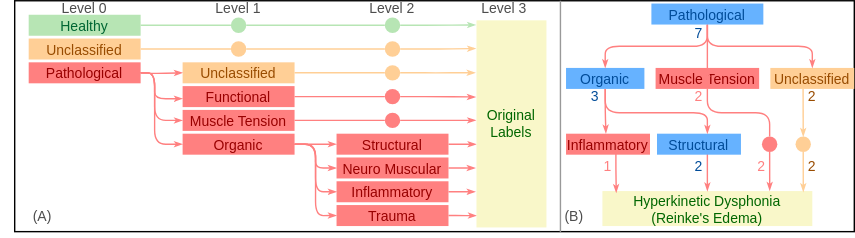
This is benchmark/.docs/diagnostic_hierarchy.drawio.svg from ComputationalAudioResearchLab/divr-benchmark, a draw.io export, as it was before one commit. Source tidied: cells renumbered, new cells last; positions are measured from the earlier drawing's top-left corner, leaving out a move shared by most shapes.
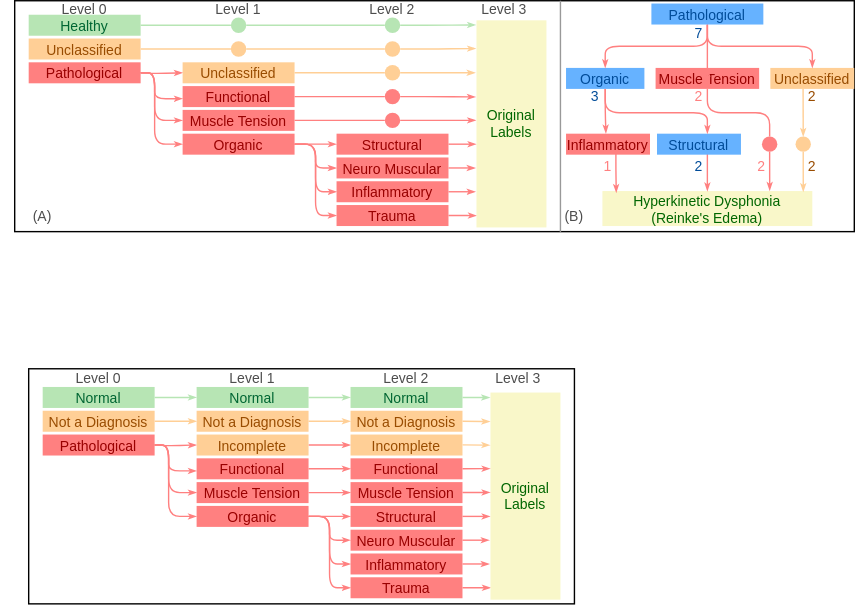
After the change.

The edit, as a diff of the source:
```diff
@@ -289,5 +289,179 @@
     <mxCell id="80" value="2" style="text;html=1;strokeColor=none;fillColor=none;align=center;verticalAlign=middle;whiteSpace=wrap;rounded=0;labelBackgroundColor=none;fontSize=10;fontColor=#994C00;" parent="1" vertex="1">
       <mxGeometry x="565" y="63" width="30" height="11" as="geometry" />
     </mxCell>
+    <mxCell id="81" style="rounded=0;whiteSpace=wrap;html=1;fillColor=#FFFFFF;" parent="1" vertex="1">
+      <mxGeometry x="20" y="263" width="390" height="168" as="geometry" />
+    </mxCell>
+    <mxCell id="82" value="Normal" style="rounded=0;whiteSpace=wrap;html=1;labelBackgroundColor=none;fillColor=#B7E5B4;fontSize=10;fontColor=#006633;strokeColor=none;" parent="1" vertex="1">
+      <mxGeometry x="30" y="276" width="80" height="15" as="geometry" />
+    </mxCell>
+    <mxCell id="83" value="Not a Diagnosis" style="rounded=0;whiteSpace=wrap;html=1;labelBackgroundColor=none;fillColor=#FFCF96;fontSize=10;fontColor=#994C00;strokeColor=none;" parent="1" vertex="1">
+      <mxGeometry x="30" y="293" width="80" height="15" as="geometry" />
+    </mxCell>
+    <mxCell id="84" style="edgeStyle=none;html=1;exitX=1;exitY=0.5;exitDx=0;exitDy=0;entryX=0;entryY=0.5;entryDx=0;entryDy=0;fontSize=10;fontColor=#990000;endArrow=classicThin;endFill=1;strokeColor=#FF8080;startSize=2;endSize=3;" parent="1" edge="1" source="88" target="94">
+      <mxGeometry relative="1" as="geometry">
+        <Array as="points">
+          <mxPoint x="120" y="318" />
+        </Array>
+      </mxGeometry>
+    </mxCell>
+    <mxCell id="85" style="edgeStyle=orthogonalEdgeStyle;html=1;exitX=1;exitY=0.5;exitDx=0;exitDy=0;strokeColor=#FF8080;fontSize=10;fontColor=#990000;endArrow=classicThin;endFill=1;startSize=2;endSize=3;" parent="1" edge="1" source="88">
+      <mxGeometry relative="1" as="geometry">
+        <mxPoint x="140" y="336" as="targetPoint" />
+        <Array as="points">
+          <mxPoint x="120" y="318" />
+          <mxPoint x="120" y="336" />
+          <mxPoint x="140" y="336" />
+        </Array>
+      </mxGeometry>
+    </mxCell>
+    <mxCell id="86" style="edgeStyle=orthogonalEdgeStyle;html=1;exitX=1;exitY=0.5;exitDx=0;exitDy=0;entryX=0;entryY=0.5;entryDx=0;entryDy=0;strokeColor=#FF8080;fontSize=10;fontColor=#990000;endArrow=classicThin;endFill=1;startSize=2;endSize=3;" parent="1" edge="1" source="88" target="92">
+      <mxGeometry relative="1" as="geometry">
+        <Array as="points">
+          <mxPoint x="120" y="318" />
+          <mxPoint x="120" y="352" />
+        </Array>
+      </mxGeometry>
+    </mxCell>
+    <mxCell id="87" style="edgeStyle=orthogonalEdgeStyle;html=1;exitX=1;exitY=0.5;exitDx=0;exitDy=0;entryX=0;entryY=0.5;entryDx=0;entryDy=0;strokeColor=#FF8080;fontSize=10;fontColor=#990000;endArrow=classicThin;endFill=1;startSize=2;endSize=3;" parent="1" edge="1" source="88" target="99">
+      <mxGeometry relative="1" as="geometry">
+        <Array as="points">
+          <mxPoint x="120" y="318" />
+          <mxPoint x="120" y="369" />
+        </Array>
+      </mxGeometry>
+    </mxCell>
+    <mxCell id="88" value="Pathological" style="rounded=0;whiteSpace=wrap;html=1;labelBackgroundColor=none;fillColor=#FF8080;fontSize=10;fontColor=#990000;strokeColor=none;" parent="1" vertex="1">
+      <mxGeometry x="30" y="310" width="80" height="15" as="geometry" />
+    </mxCell>
+    <mxCell id="89" style="edgeStyle=none;html=1;exitX=1;exitY=0.5;exitDx=0;exitDy=0;entryX=0;entryY=0.5;entryDx=0;entryDy=0;endArrow=classicThin;endFill=1;strokeColor=#FF8080;endSize=3;" parent="1" edge="1" source="90" target="117">
+      <mxGeometry relative="1" as="geometry" />
+    </mxCell>
+    <mxCell id="90" value="Functional" style="rounded=0;whiteSpace=wrap;html=1;labelBackgroundColor=none;fillColor=#FF8080;fontSize=10;fontColor=#990000;strokeColor=none;" parent="1" vertex="1">
+      <mxGeometry x="140" y="327" width="80" height="15" as="geometry" />
+    </mxCell>
+    <mxCell id="91" style="edgeStyle=none;html=1;exitX=1;exitY=0.5;exitDx=0;exitDy=0;entryX=0;entryY=0.5;entryDx=0;entryDy=0;endArrow=classicThin;endFill=1;strokeColor=#FF8080;endSize=3;" parent="1" edge="1" source="92" target="115">
+      <mxGeometry relative="1" as="geometry" />
+    </mxCell>
+    <mxCell id="92" value="Muscle Tension" style="rounded=0;whiteSpace=wrap;html=1;labelBackgroundColor=none;fillColor=#FF8080;fontSize=10;fontColor=#990000;strokeColor=none;" parent="1" vertex="1">
+      <mxGeometry x="140" y="344" width="80" height="15" as="geometry" />
+    </mxCell>
+    <mxCell id="93" style="edgeStyle=none;html=1;exitX=1;exitY=0.5;exitDx=0;exitDy=0;entryX=0;entryY=0.5;entryDx=0;entryDy=0;endArrow=classicThin;endFill=1;endSize=3;strokeColor=#FF8080;" parent="1" edge="1" source="94" target="116">
+      <mxGeometry relative="1" as="geometry" />
+    </mxCell>
+    <mxCell id="94" value="Incomplete" style="rounded=0;whiteSpace=wrap;html=1;labelBackgroundColor=none;fillColor=#FFCF96;fontSize=10;fontColor=#994C00;strokeColor=none;" parent="1" vertex="1">
+      <mxGeometry x="140" y="310" width="80" height="15" as="geometry" />
+    </mxCell>
+    <mxCell id="95" style="edgeStyle=orthogonalEdgeStyle;html=1;exitX=1;exitY=0.5;exitDx=0;exitDy=0;entryX=0;entryY=0.5;entryDx=0;entryDy=0;strokeColor=#FF8080;fontSize=10;fontColor=#990000;endArrow=classicThin;endFill=1;startSize=2;endSize=3;" parent="1" edge="1" source="99" target="107">
+      <mxGeometry relative="1" as="geometry" />
+    </mxCell>
+    <mxCell id="96" style="edgeStyle=orthogonalEdgeStyle;html=1;exitX=1;exitY=0.5;exitDx=0;exitDy=0;entryX=0;entryY=0.5;entryDx=0;entryDy=0;strokeColor=#FF8080;fontSize=10;fontColor=#990000;endArrow=classicThin;endFill=1;startSize=2;endSize=3;" parent="1" edge="1" source="99" target="101">
+      <mxGeometry relative="1" as="geometry" />
+    </mxCell>
+    <mxCell id="97" style="edgeStyle=orthogonalEdgeStyle;html=1;exitX=1;exitY=0.5;exitDx=0;exitDy=0;entryX=0;entryY=0.5;entryDx=0;entryDy=0;strokeColor=#FF8080;fontSize=10;fontColor=#990000;endArrow=classicThin;endFill=1;startSize=2;endSize=3;" parent="1" edge="1" source="99" target="103">
+      <mxGeometry relative="1" as="geometry" />
+    </mxCell>
+    <mxCell id="98" style="edgeStyle=orthogonalEdgeStyle;html=1;exitX=1;exitY=0.5;exitDx=0;exitDy=0;entryX=0;entryY=0.5;entryDx=0;entryDy=0;strokeColor=#FF8080;fontSize=10;fontColor=#990000;endArrow=classicThin;endFill=1;startSize=2;endSize=3;" parent="1" edge="1" source="99" target="105">
+      <mxGeometry relative="1" as="geometry" />
+    </mxCell>
+    <mxCell id="99" value="Organic" style="rounded=0;whiteSpace=wrap;html=1;labelBackgroundColor=none;fillColor=#FF8080;fontSize=10;fontColor=#990000;strokeColor=none;" parent="1" vertex="1">
+      <mxGeometry x="140" y="361" width="80" height="15" as="geometry" />
+    </mxCell>
+    <mxCell id="100" style="edgeStyle=orthogonalEdgeStyle;html=1;exitX=1;exitY=0.5;exitDx=0;exitDy=0;strokeColor=#FF8080;fontSize=10;fontColor=#990000;endArrow=classicThin;endFill=1;startSize=2;endSize=3;entryX=-0.017;entryY=0.712;entryDx=0;entryDy=0;entryPerimeter=0;" parent="1" edge="1" source="101" target="108">
+      <mxGeometry relative="1" as="geometry" />
+    </mxCell>
+    <mxCell id="101" value="Neuro Muscular" style="rounded=0;whiteSpace=wrap;html=1;labelBackgroundColor=none;fillColor=#FF8080;fontSize=10;fontColor=#990000;strokeColor=none;" parent="1" vertex="1">
+      <mxGeometry x="250" y="378" width="80" height="15" as="geometry" />
+    </mxCell>
+    <mxCell id="102" style="edgeStyle=orthogonalEdgeStyle;html=1;exitX=1;exitY=0.5;exitDx=0;exitDy=0;strokeColor=#FF8080;fontSize=10;fontColor=#990000;endArrow=classicThin;endFill=1;startSize=2;endSize=3;entryX=-0.017;entryY=0.827;entryDx=0;entryDy=0;entryPerimeter=0;" parent="1" edge="1" source="103" target="108">
+      <mxGeometry relative="1" as="geometry" />
+    </mxCell>
+    <mxCell id="103" value="Inflammatory" style="rounded=0;whiteSpace=wrap;html=1;labelBackgroundColor=none;fillColor=#FF8080;fontSize=10;fontColor=#990000;strokeColor=none;" parent="1" vertex="1">
+      <mxGeometry x="250" y="395" width="80" height="15" as="geometry" />
+    </mxCell>
+    <mxCell id="104" style="edgeStyle=orthogonalEdgeStyle;html=1;exitX=1;exitY=0.5;exitDx=0;exitDy=0;strokeColor=#FF8080;fontSize=10;fontColor=#990000;endArrow=classicThin;endFill=1;startSize=2;endSize=3;entryX=0.002;entryY=0.943;entryDx=0;entryDy=0;entryPerimeter=0;" parent="1" edge="1" source="105" target="108">
+      <mxGeometry relative="1" as="geometry" />
+    </mxCell>
+    <mxCell id="105" value="Trauma" style="rounded=0;whiteSpace=wrap;html=1;labelBackgroundColor=none;fillColor=#FF8080;fontSize=10;fontColor=#990000;strokeColor=none;" parent="1" vertex="1">
+      <mxGeometry x="250" y="412" width="80" height="15" as="geometry" />
+    </mxCell>
+    <mxCell id="106" style="edgeStyle=orthogonalEdgeStyle;html=1;exitX=1;exitY=0.5;exitDx=0;exitDy=0;strokeColor=#FF8080;fontSize=10;fontColor=#990000;endArrow=classicThin;endFill=1;startSize=2;endSize=3;entryX=-0.004;entryY=0.599;entryDx=0;entryDy=0;entryPerimeter=0;" parent="1" edge="1" source="107" target="108">
+      <mxGeometry relative="1" as="geometry" />
+    </mxCell>
+    <mxCell id="107" value="Structural" style="rounded=0;whiteSpace=wrap;html=1;labelBackgroundColor=none;fillColor=#FF8080;fontSize=10;fontColor=#990000;strokeColor=none;" parent="1" vertex="1">
+      <mxGeometry x="250" y="361" width="80" height="15" as="geometry" />
+    </mxCell>
+    <mxCell id="108" value="&lt;font color=&quot;#006600&quot;&gt;Original Labels&lt;/font&gt;" style="rounded=0;whiteSpace=wrap;html=1;labelBackgroundColor=none;fontSize=10;fontColor=#AAD9BB;fillColor=#F9F7C9;strokeColor=none;" parent="1" vertex="1">
+      <mxGeometry x="350" y="280" width="50" height="148" as="geometry" />
+    </mxCell>
+    <mxCell id="109" value="Level 0" style="text;html=1;strokeColor=none;fillColor=none;align=center;verticalAlign=middle;whiteSpace=wrap;rounded=0;labelBackgroundColor=none;fontSize=10;fontColor=#4D4D4D;" parent="1" vertex="1">
+      <mxGeometry x="50" y="264" width="40" height="11" as="geometry" />
+    </mxCell>
+    <mxCell id="110" value="Level 1" style="text;html=1;strokeColor=none;fillColor=none;align=center;verticalAlign=middle;whiteSpace=wrap;rounded=0;labelBackgroundColor=none;fontSize=10;fontColor=#4D4D4D;" parent="1" vertex="1">
+      <mxGeometry x="160" y="264" width="40" height="11" as="geometry" />
+    </mxCell>
+    <mxCell id="111" value="Level 2" style="text;html=1;strokeColor=none;fillColor=none;align=center;verticalAlign=middle;whiteSpace=wrap;rounded=0;labelBackgroundColor=none;fontSize=10;fontColor=#4D4D4D;" parent="1" vertex="1">
+      <mxGeometry x="270" y="264" width="40" height="11" as="geometry" />
+    </mxCell>
+    <mxCell id="112" value="Level 3" style="text;html=1;strokeColor=none;fillColor=none;align=center;verticalAlign=middle;whiteSpace=wrap;rounded=0;labelBackgroundColor=none;fontSize=10;fontColor=#4D4D4D;" parent="1" vertex="1">
+      <mxGeometry x="350" y="264" width="40" height="11" as="geometry" />
+    </mxCell>
+    <mxCell id="113" style="edgeStyle=orthogonalEdgeStyle;html=1;exitX=1;exitY=0.5;exitDx=0;exitDy=0;strokeColor=#B7E5B4;fontSize=10;fontColor=#990000;endArrow=classicThin;endFill=1;startSize=2;endSize=3;entryX=0;entryY=0.5;entryDx=0;entryDy=0;" parent="1" edge="1" source="82" target="119">
+      <mxGeometry relative="1" as="geometry" />
+    </mxCell>
+    <mxCell id="114" style="edgeStyle=orthogonalEdgeStyle;html=1;exitX=1;exitY=0.5;exitDx=0;exitDy=0;strokeColor=#FFCF96;fontSize=10;fontColor=#990000;endArrow=classicThin;endFill=1;startSize=2;endSize=3;entryX=0;entryY=0.5;entryDx=0;entryDy=0;" parent="1" edge="1" source="83" target="121">
+      <mxGeometry relative="1" as="geometry" />
+    </mxCell>
+    <mxCell id="115" value="Muscle Tension" style="rounded=0;whiteSpace=wrap;html=1;labelBackgroundColor=none;fillColor=#FF8080;fontSize=10;fontColor=#990000;strokeColor=none;" parent="1" vertex="1">
+      <mxGeometry x="250" y="344" width="80" height="15" as="geometry" />
+    </mxCell>
+    <mxCell id="116" value="Incomplete" style="rounded=0;whiteSpace=wrap;html=1;labelBackgroundColor=none;fillColor=#FFCF96;fontSize=10;fontColor=#994C00;strokeColor=none;" parent="1" vertex="1">
+      <mxGeometry x="250" y="310" width="80" height="15" as="geometry" />
+    </mxCell>
+    <mxCell id="117" value="Functional" style="rounded=0;whiteSpace=wrap;html=1;labelBackgroundColor=none;fillColor=#FF8080;fontSize=10;fontColor=#990000;strokeColor=none;" parent="1" vertex="1">
+      <mxGeometry x="250" y="327" width="80" height="15" as="geometry" />
+    </mxCell>
+    <mxCell id="118" style="edgeStyle=none;html=1;exitX=1;exitY=0.5;exitDx=0;exitDy=0;entryX=0;entryY=0.5;entryDx=0;entryDy=0;endArrow=classicThin;endFill=1;strokeColor=#B7E5B4;endSize=3;" parent="1" edge="1" source="119" target="123">
+      <mxGeometry relative="1" as="geometry" />
+    </mxCell>
+    <mxCell id="119" value="Normal" style="rounded=0;whiteSpace=wrap;html=1;labelBackgroundColor=none;fillColor=#B7E5B4;fontSize=10;fontColor=#006633;strokeColor=none;" parent="1" vertex="1">
+      <mxGeometry x="140" y="276" width="80" height="15" as="geometry" />
+    </mxCell>
+    <mxCell id="120" style="edgeStyle=none;html=1;exitX=1;exitY=0.5;exitDx=0;exitDy=0;entryX=0;entryY=0.5;entryDx=0;entryDy=0;endArrow=classicThin;endFill=1;strokeColor=#FFCF96;startSize=3;endSize=3;" parent="1" edge="1" source="121" target="122">
+      <mxGeometry relative="1" as="geometry" />
+    </mxCell>
+    <mxCell id="121" value="Not a Diagnosis" style="rounded=0;whiteSpace=wrap;html=1;labelBackgroundColor=none;fillColor=#FFCF96;fontSize=10;fontColor=#994C00;strokeColor=none;" parent="1" vertex="1">
+      <mxGeometry x="140" y="293" width="80" height="15" as="geometry" />
+    </mxCell>
+    <mxCell id="122" value="Not a Diagnosis" style="rounded=0;whiteSpace=wrap;html=1;labelBackgroundColor=none;fillColor=#FFCF96;fontSize=10;fontColor=#994C00;strokeColor=none;" parent="1" vertex="1">
+      <mxGeometry x="250" y="293" width="80" height="15" as="geometry" />
+    </mxCell>
+    <mxCell id="123" value="Normal" style="rounded=0;whiteSpace=wrap;html=1;labelBackgroundColor=none;fillColor=#B7E5B4;fontSize=10;fontColor=#006633;strokeColor=none;" parent="1" vertex="1">
+      <mxGeometry x="250" y="276" width="80" height="15" as="geometry" />
+    </mxCell>
+    <mxCell id="124" style="edgeStyle=none;html=1;exitX=1;exitY=0.5;exitDx=0;exitDy=0;entryX=-0.009;entryY=0.024;entryDx=0;entryDy=0;endArrow=classicThin;endFill=1;strokeColor=#B7E5B4;endSize=3;entryPerimeter=0;" parent="1" edge="1" source="123" target="108">
+      <mxGeometry relative="1" as="geometry" />
+    </mxCell>
+    <mxCell id="125" style="edgeStyle=none;html=1;exitX=1;exitY=0.5;exitDx=0;exitDy=0;endArrow=classicThin;endFill=1;strokeColor=#FFCF96;startSize=3;endSize=3;entryX=-0.007;entryY=0.14;entryDx=0;entryDy=0;entryPerimeter=0;" parent="1" edge="1" source="122" target="108">
+      <mxGeometry relative="1" as="geometry" />
+    </mxCell>
+    <mxCell id="126" style="edgeStyle=orthogonalEdgeStyle;html=1;exitX=1;exitY=0.5;exitDx=0;exitDy=0;strokeColor=#FF8080;fontSize=10;fontColor=#990000;endArrow=classicThin;endFill=1;startSize=2;endSize=3;entryX=-0.004;entryY=0.599;entryDx=0;entryDy=0;entryPerimeter=0;" parent="1" edge="1">
+      <mxGeometry relative="1" as="geometry">
+        <mxPoint x="330" y="351.4" as="sourcePoint" />
+        <mxPoint x="349.8" y="351.6" as="targetPoint" />
+      </mxGeometry>
+    </mxCell>
+    <mxCell id="127" style="edgeStyle=orthogonalEdgeStyle;html=1;exitX=1;exitY=0.5;exitDx=0;exitDy=0;strokeColor=#FF8080;fontSize=10;fontColor=#990000;endArrow=classicThin;endFill=1;startSize=2;endSize=3;entryX=-0.004;entryY=0.599;entryDx=0;entryDy=0;entryPerimeter=0;" parent="1" edge="1">
+      <mxGeometry relative="1" as="geometry">
+        <mxPoint x="330" y="334.4" as="sourcePoint" />
+        <mxPoint x="349.8" y="334.6" as="targetPoint" />
+      </mxGeometry>
+    </mxCell>
+    <mxCell id="128" style="edgeStyle=none;html=1;exitX=1;exitY=0.5;exitDx=0;exitDy=0;endArrow=classicThin;endFill=1;strokeColor=#FFCF96;startSize=3;endSize=3;entryX=-0.007;entryY=0.14;entryDx=0;entryDy=0;entryPerimeter=0;" parent="1" edge="1">
+      <mxGeometry relative="1" as="geometry">
+        <mxPoint x="330" y="317.4" as="sourcePoint" />
+        <mxPoint x="349.6" y="317.6" as="targetPoint" />
+      </mxGeometry>
+    </mxCell>
   </root>
 </mxGraphModel>
```
